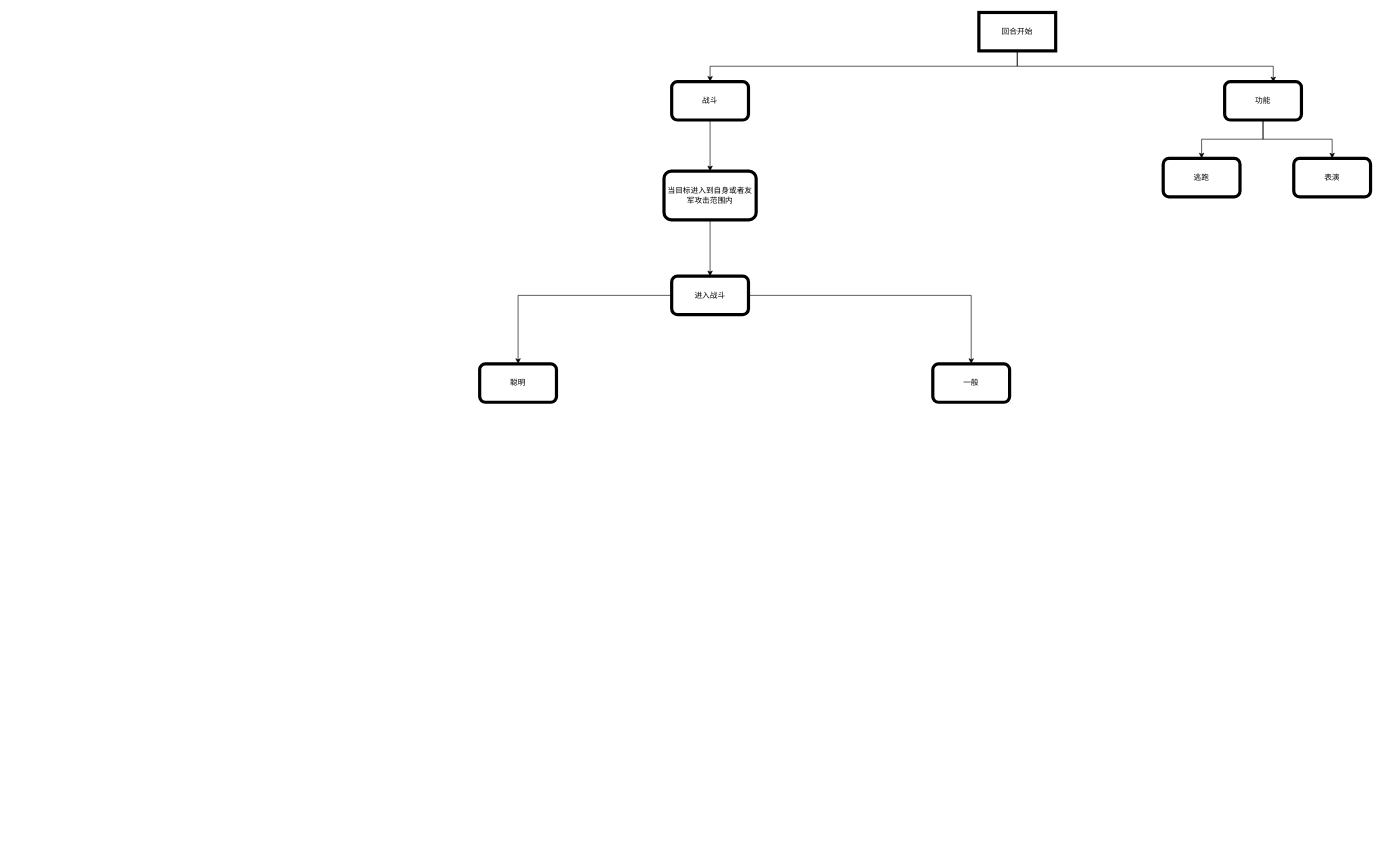
Before: Untitled Diagram.drawio in neroZWX/-, a draw.io diagram. Source tidied: cells renumbered, new cells numbered last; positions are measured from the earlier drawing's top-left corner, leaving out a move shared by most shapes. Both pictures are drawn from the tidied source at 64%, with x=0, y=0 at pixel (479, 12).
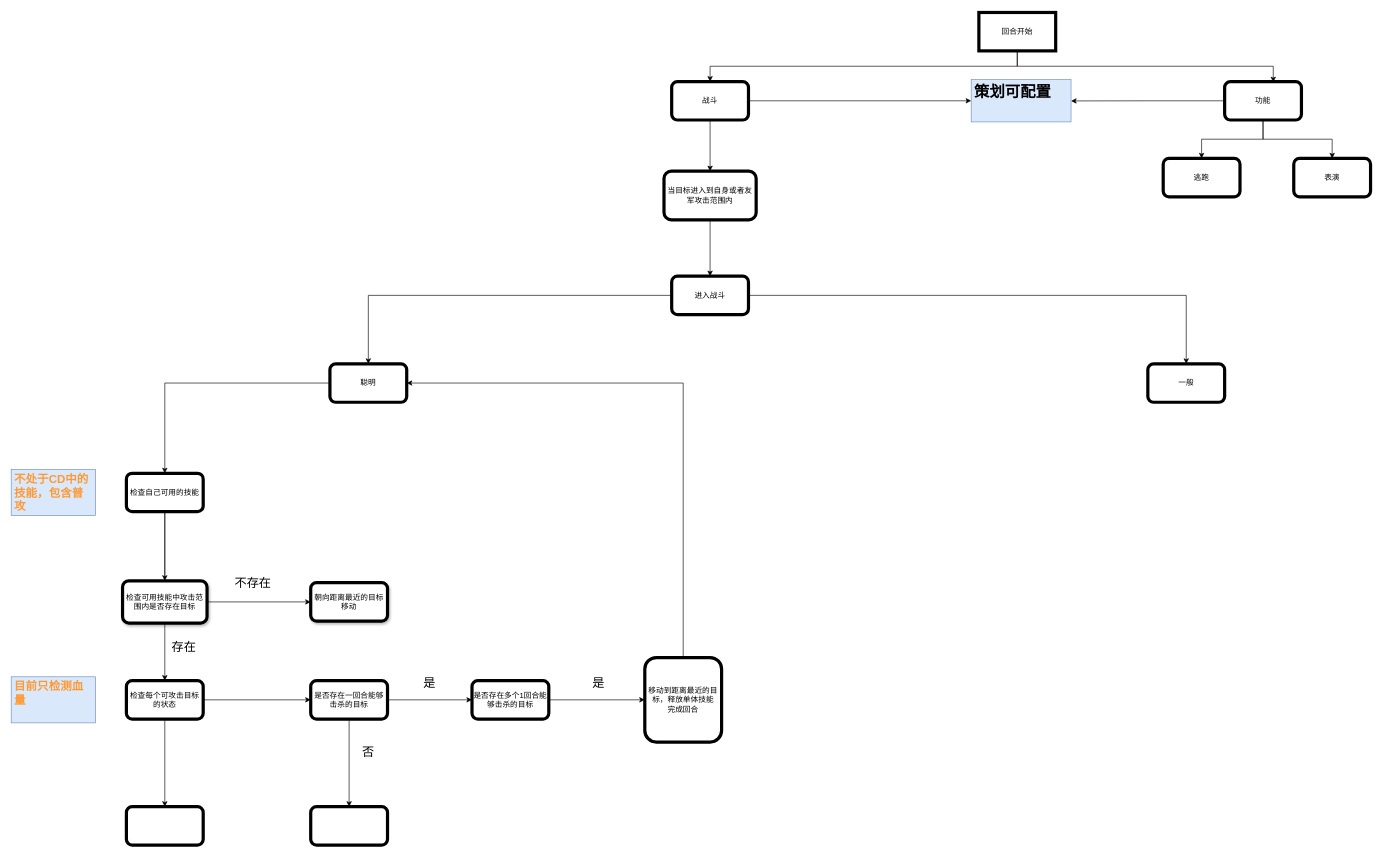
The same page after the edit.

Commit message:
second time amended

The change refers to these unchanged cells:
```xml
<mxCell id="6" value="战斗" style="rounded=1;whiteSpace=wrap;html=1;strokeWidth=5;" parent="1" vertex="1">
  <mxGeometry x="300" y="108" width="120" height="60" as="geometry" />
</mxCell>
<mxCell id="9" value="功能" style="rounded=1;whiteSpace=wrap;html=1;strokeWidth=5;" parent="1" vertex="1">
  <mxGeometry x="1164" y="108" width="120" height="60" as="geometry" />
</mxCell>
```

The edit, as a diff of the source:
```diff
@@
+    <mxCell id="19" style="edgeStyle=orthogonalEdgeStyle;rounded=0;jettySize=auto;html=1;exitX=1;exitY=0.5;exitDx=0;exitDy=0;" parent="1" edge="1" source="6" target="25">
+      <mxGeometry relative="1" as="geometry" />
+    </mxCell>
@@
+    <mxCell id="20" style="edgeStyle=orthogonalEdgeStyle;rounded=0;jettySize=auto;html=1;exitX=0;exitY=0.5;exitDx=0;exitDy=0;" parent="1" edge="1" source="9">
+      <mxGeometry relative="1" as="geometry">
+        <mxPoint x="924" y="138.2" as="targetPoint" />
+      </mxGeometry>
+    </mxCell>
@@
+    <mxCell id="21" style="edgeStyle=orthogonalEdgeStyle;rounded=0;jettySize=auto;html=1;" parent="1" edge="1" source="15" target="24">
+      <mxGeometry relative="1" as="geometry" />
+    </mxCell>
     <mxCell id="15" value="聪明" style="whiteSpace=wrap;html=1;rounded=1;strokeWidth=5;" parent="1" vertex="1">
-      <mxGeometry y="549" width="120" height="60" as="geometry" />
+      <mxGeometry x="-234" y="549" width="120" height="60" as="geometry" />
     </mxCell>
     <mxCell id="16" value="一般" style="whiteSpace=wrap;html=1;rounded=1;strokeWidth=5;" parent="1" vertex="1">
-      <mxGeometry x="708" y="549" width="120" height="60" as="geometry" />
+      <mxGeometry x="1044" y="549" width="120" height="60" as="geometry" />
     </mxCell>
@@
+    <mxCell id="22" style="edgeStyle=orthogonalEdgeStyle;rounded=0;jettySize=auto;html=1;" parent="1" edge="1" source="24" target="29">
+      <mxGeometry relative="1" as="geometry" />
+    </mxCell>
+    <mxCell id="23" style="edgeStyle=orthogonalEdgeStyle;rounded=0;jettySize=auto;html=1;" parent="1" edge="1" source="24" target="44">
+      <mxGeometry relative="1" as="geometry" />
+    </mxCell>
+    <mxCell id="24" value="检查自己可用的技能" style="whiteSpace=wrap;html=1;rounded=1;strokeWidth=5;" parent="1" vertex="1">
+      <mxGeometry x="-552" y="720" width="120" height="60" as="geometry" />
+    </mxCell>
+    <mxCell id="25" value="&lt;h1&gt;策划可配置&lt;/h1&gt;" style="text;html=1;strokeColor=#6c8ebf;fillColor=#dae8fc;spacing=5;spacingTop=-20;whiteSpace=wrap;overflow=hidden;rounded=0;" parent="1" vertex="1">
+      <mxGeometry x="768" y="105" width="156" height="66" as="geometry" />
+    </mxCell>
+    <mxCell id="26" value="&lt;h2&gt;&lt;font color=&quot;#ff9933&quot;&gt;不处于CD中的技能，包含普攻&lt;/font&gt;&lt;/h2&gt;" style="text;html=1;strokeColor=#6c8ebf;fillColor=#dae8fc;spacing=5;spacingTop=-20;whiteSpace=wrap;overflow=hidden;rounded=0;" parent="1" vertex="1">
+      <mxGeometry x="-732" y="714" width="132" height="72" as="geometry" />
+    </mxCell>
+    <mxCell id="27" style="edgeStyle=orthogonalEdgeStyle;rounded=0;jettySize=auto;html=1;" parent="1" edge="1" source="29" target="33">
+      <mxGeometry relative="1" as="geometry" />
+    </mxCell>
+    <mxCell id="28" style="edgeStyle=orthogonalEdgeStyle;rounded=0;jettySize=auto;html=1;" parent="1" edge="1" source="29" target="42">
+      <mxGeometry relative="1" as="geometry" />
+    </mxCell>
+    <mxCell id="29" value="检查每个可攻击目标的状态" style="whiteSpace=wrap;html=1;rounded=1;strokeWidth=5;" parent="1" vertex="1">
+      <mxGeometry x="-552" y="1044" width="120" height="60" as="geometry" />
+    </mxCell>
+    <mxCell id="30" value="&lt;h2&gt;&lt;font color=&quot;#ff9933&quot;&gt;目前只检测血量&lt;/font&gt;&lt;/h2&gt;" style="text;html=1;strokeColor=#6c8ebf;fillColor=#dae8fc;spacing=5;spacingTop=-20;whiteSpace=wrap;overflow=hidden;rounded=0;" parent="1" vertex="1">
+      <mxGeometry x="-732" y="1038" width="132" height="72" as="geometry" />
+    </mxCell>
+    <mxCell id="31" style="edgeStyle=orthogonalEdgeStyle;rounded=0;jettySize=auto;html=1;" parent="1" edge="1" source="33" target="36">
+      <mxGeometry relative="1" as="geometry" />
+    </mxCell>
+    <mxCell id="32" style="edgeStyle=orthogonalEdgeStyle;rounded=0;jettySize=auto;html=1;" parent="1" edge="1" source="33" target="37">
+      <mxGeometry relative="1" as="geometry" />
+    </mxCell>
+    <mxCell id="33" value="是否存在一回合能够击杀的目标" style="whiteSpace=wrap;html=1;rounded=1;strokeWidth=5;" parent="1" vertex="1">
+      <mxGeometry x="-264" y="1044" width="120" height="60" as="geometry" />
+    </mxCell>
+    <mxCell id="34" value="&lt;font style=&quot;font-size: 19px&quot;&gt;是&lt;/font&gt;" style="text;html=1;strokeColor=none;fillColor=none;align=center;verticalAlign=middle;whiteSpace=wrap;rounded=0;" parent="1" vertex="1">
+      <mxGeometry x="-132" y="1020" width="108" height="56" as="geometry" />
+    </mxCell>
+    <mxCell id="35" style="edgeStyle=orthogonalEdgeStyle;rounded=0;jettySize=auto;html=1;" parent="1" edge="1" source="36" target="40">
+      <mxGeometry relative="1" as="geometry" />
+    </mxCell>
+    <mxCell id="36" value="是否存在多个1回合能够击杀的目标" style="whiteSpace=wrap;html=1;rounded=1;strokeWidth=5;" parent="1" vertex="1">
+      <mxGeometry x="-12" y="1044" width="120" height="60" as="geometry" />
+    </mxCell>
+    <mxCell id="37" style="whiteSpace=wrap;html=1;rounded=1;strokeWidth=5;" parent="1" vertex="1">
+      <mxGeometry x="-264" y="1241" width="120" height="60" as="geometry" />
+    </mxCell>
+    <mxCell id="38" value="&lt;font style=&quot;font-size: 19px&quot;&gt;否&lt;/font&gt;" style="text;html=1;strokeColor=none;fillColor=none;align=center;verticalAlign=middle;whiteSpace=wrap;rounded=0;" parent="1" vertex="1">
+      <mxGeometry x="-228" y="1128" width="108" height="56" as="geometry" />
+    </mxCell>
+    <mxCell id="39" style="edgeStyle=orthogonalEdgeStyle;rounded=0;jettySize=auto;html=1;exitX=0.5;exitY=0;exitDx=0;exitDy=0;entryX=1;entryY=0.5;entryDx=0;entryDy=0;" parent="1" edge="1" source="40" target="15">
+      <mxGeometry relative="1" as="geometry" />
+    </mxCell>
+    <mxCell id="40" value="移动到距离最近的目标，释放单体技能&lt;br&gt;完成回合" style="whiteSpace=wrap;html=1;rounded=1;strokeWidth=5;" parent="1" vertex="1">
+      <mxGeometry x="258" y="1008" width="120" height="132" as="geometry" />
+    </mxCell>
+    <mxCell id="41" value="&lt;font style=&quot;font-size: 19px&quot;&gt;是&lt;/font&gt;" style="text;html=1;strokeColor=none;fillColor=none;align=center;verticalAlign=middle;whiteSpace=wrap;rounded=0;" parent="1" vertex="1">
+      <mxGeometry x="132" y="1020" width="108" height="56" as="geometry" />
+    </mxCell>
+    <mxCell id="42" style="whiteSpace=wrap;html=1;rounded=1;strokeWidth=5;" parent="1" vertex="1">
+      <mxGeometry x="-552" y="1241" width="120" height="60" as="geometry" />
+    </mxCell>
+    <mxCell id="43" style="edgeStyle=orthogonalEdgeStyle;rounded=0;jettySize=auto;html=1;" parent="1" edge="1" source="44" target="45">
+      <mxGeometry relative="1" as="geometry" />
+    </mxCell>
+    <mxCell id="44" value="检查可用技能中攻击范围内是否存在目标" style="whiteSpace=wrap;html=1;rounded=1;strokeWidth=5;shadow=1;sketch=0;glass=0;" parent="1" vertex="1">
+      <mxGeometry x="-558" y="888" width="132" height="66" as="geometry" />
+    </mxCell>
+    <mxCell id="45" value="朝向距离最近的目标移动" style="whiteSpace=wrap;html=1;rounded=1;shadow=1;strokeWidth=5;glass=0;sketch=0;" parent="1" vertex="1">
+      <mxGeometry x="-264" y="891" width="120" height="60" as="geometry" />
+    </mxCell>
+    <mxCell id="46" value="&lt;font style=&quot;font-size: 19px&quot;&gt;存在&lt;/font&gt;" style="text;html=1;strokeColor=none;fillColor=none;align=center;verticalAlign=middle;whiteSpace=wrap;rounded=0;" parent="1" vertex="1">
+      <mxGeometry x="-516" y="964" width="108" height="56" as="geometry" />
+    </mxCell>
+    <mxCell id="47" value="&lt;font style=&quot;font-size: 19px&quot;&gt;不存在&lt;/font&gt;" style="text;html=1;strokeColor=none;fillColor=none;align=center;verticalAlign=middle;whiteSpace=wrap;rounded=0;" parent="1" vertex="1">
+      <mxGeometry x="-408" y="864" width="108" height="56" as="geometry" />
+    </mxCell>
```
